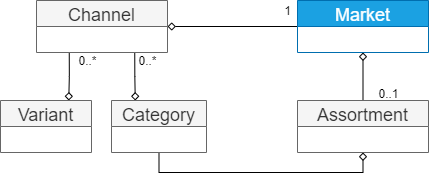
Above: Developer Education/Presentation/public/drawiodiagrams/market-domain-model.png in LitiumAB/Education (draw.io), before the change. Source tidied: cells renumbered, new cells last; positions are measured from the earlier drawing's top-left corner, leaving out a move shared by most shapes.
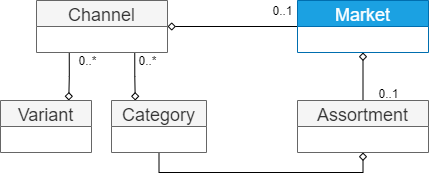
Above is the later version.

Commit message:
Adjust market-channel domain model image

#39

Change to the diagram source:
```diff
@@ -2,7 +2,7 @@
   <root>
     <mxCell id="0" />
     <mxCell id="1" parent="0" />
-    <mxCell id="2" value="1" style="edgeStyle=orthogonalEdgeStyle;curved=1;jettySize=auto;html=1;startArrow=none;startFill=0;endArrow=diamond;endFill=0;fontSize=12;" parent="1" edge="1" source="4" target="7">
+    <mxCell id="2" value="0..1" style="edgeStyle=orthogonalEdgeStyle;curved=1;jettySize=auto;html=1;startArrow=none;startFill=0;endArrow=diamond;endFill=0;fontSize=12;spacingRight=10;" parent="1" edge="1" source="4" target="7">
       <mxGeometry x="-0.85" y="-16" relative="1" as="geometry" />
     </mxCell>
     <mxCell id="3" value="0..1" style="edgeStyle=orthogonalEdgeStyle;rounded=0;jettySize=auto;html=1;startArrow=diamond;startFill=0;endArrow=none;endFill=0;fontSize=12;exitX=0.5;exitY=1;exitDx=0;exitDy=0;entryX=0.5;entryY=0;entryDx=0;entryDy=0;" parent="1" edge="1" source="4" target="11">
```
